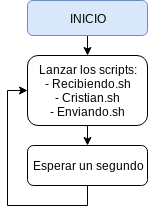
Above: Memoria/Anexos/Anexo3/Diagramas/Automatico.png in JesusRguez/Zybo (draw.io), before the change. Source tidied: cells renumbered, new cells last; positions are measured from the earlier drawing's top-left corner, leaving out a move shared by most shapes. The source it was exported from:
```xml
<mxGraphModel>
  <root>
    <mxCell id="0" />
    <mxCell id="1" parent="0" />
    <mxCell id="2" style="edgeStyle=orthogonalEdgeStyle;rounded=0;jettySize=auto;html=1;exitX=0.5;exitY=1;exitDx=0;exitDy=0;entryX=0.5;entryY=0;entryDx=0;entryDy=0;" parent="1" edge="1" source="3" target="5">
      <mxGeometry relative="1" as="geometry" />
    </mxCell>
    <mxCell id="3" value="INICIO" style="rounded=1;whiteSpace=wrap;html=1;fillColor=#dae8fc;strokeColor=#6c8ebf;" parent="1" vertex="1">
      <mxGeometry width="120" height="35" as="geometry" />
    </mxCell>
    <mxCell id="4" style="edgeStyle=orthogonalEdgeStyle;rounded=0;jettySize=auto;html=1;exitX=0.5;exitY=1;exitDx=0;exitDy=0;entryX=0.5;entryY=0;entryDx=0;entryDy=0;" parent="1" edge="1" source="5" target="7">
      <mxGeometry relative="1" as="geometry" />
    </mxCell>
    <mxCell id="5" value="Lanzar los scripts:&lt;br&gt;- Recibiendo.sh&lt;br&gt;- Cristian.sh&lt;br&gt;- Enviando.sh&lt;br&gt;" style="rounded=1;whiteSpace=wrap;html=1;" parent="1" vertex="1">
      <mxGeometry y="55" width="120" height="70" as="geometry" />
    </mxCell>
    <mxCell id="6" style="edgeStyle=orthogonalEdgeStyle;rounded=0;jettySize=auto;html=1;exitX=0.5;exitY=1;exitDx=0;exitDy=0;entryX=0;entryY=0.5;entryDx=0;entryDy=0;" parent="1" edge="1" source="7" target="5">
      <mxGeometry relative="1" as="geometry" />
    </mxCell>
    <mxCell id="7" value="Esperar un segundo" style="rounded=1;whiteSpace=wrap;html=1;" parent="1" vertex="1">
      <mxGeometry y="145" width="120" height="40" as="geometry" />
    </mxCell>
  </root>
</mxGraphModel>
```
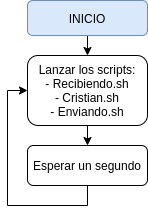
After the change.

What changed in the source:
```diff
@@ -11,7 +11,7 @@
     <mxCell id="4" style="edgeStyle=orthogonalEdgeStyle;rounded=0;jettySize=auto;html=1;exitX=0.5;exitY=1;exitDx=0;exitDy=0;entryX=0.5;entryY=0;entryDx=0;entryDy=0;" parent="1" edge="1" source="5" target="7">
       <mxGeometry relative="1" as="geometry" />
     </mxCell>
-    <mxCell id="5" value="Lanzar los scripts:&lt;br&gt;- Recibiendo.sh&lt;br&gt;- Cristian.sh&lt;br&gt;- Enviando.sh&lt;br&gt;" style="rounded=1;whiteSpace=wrap;html=1;" parent="1" vertex="1">
+    <mxCell id="5" value="Lanzar los scripts:&lt;br&gt;- Recibiendo.sh&lt;br&gt;- Cristian.sh&lt;br&gt;- Enviando.sh" style="rounded=1;whiteSpace=wrap;html=1;" parent="1" vertex="1">
       <mxGeometry y="55" width="120" height="70" as="geometry" />
     </mxCell>
     <mxCell id="6" style="edgeStyle=orthogonalEdgeStyle;rounded=0;jettySize=auto;html=1;exitX=0.5;exitY=1;exitDx=0;exitDy=0;entryX=0;entryY=0.5;entryDx=0;entryDy=0;" parent="1" edge="1" source="7" target="5">
```
